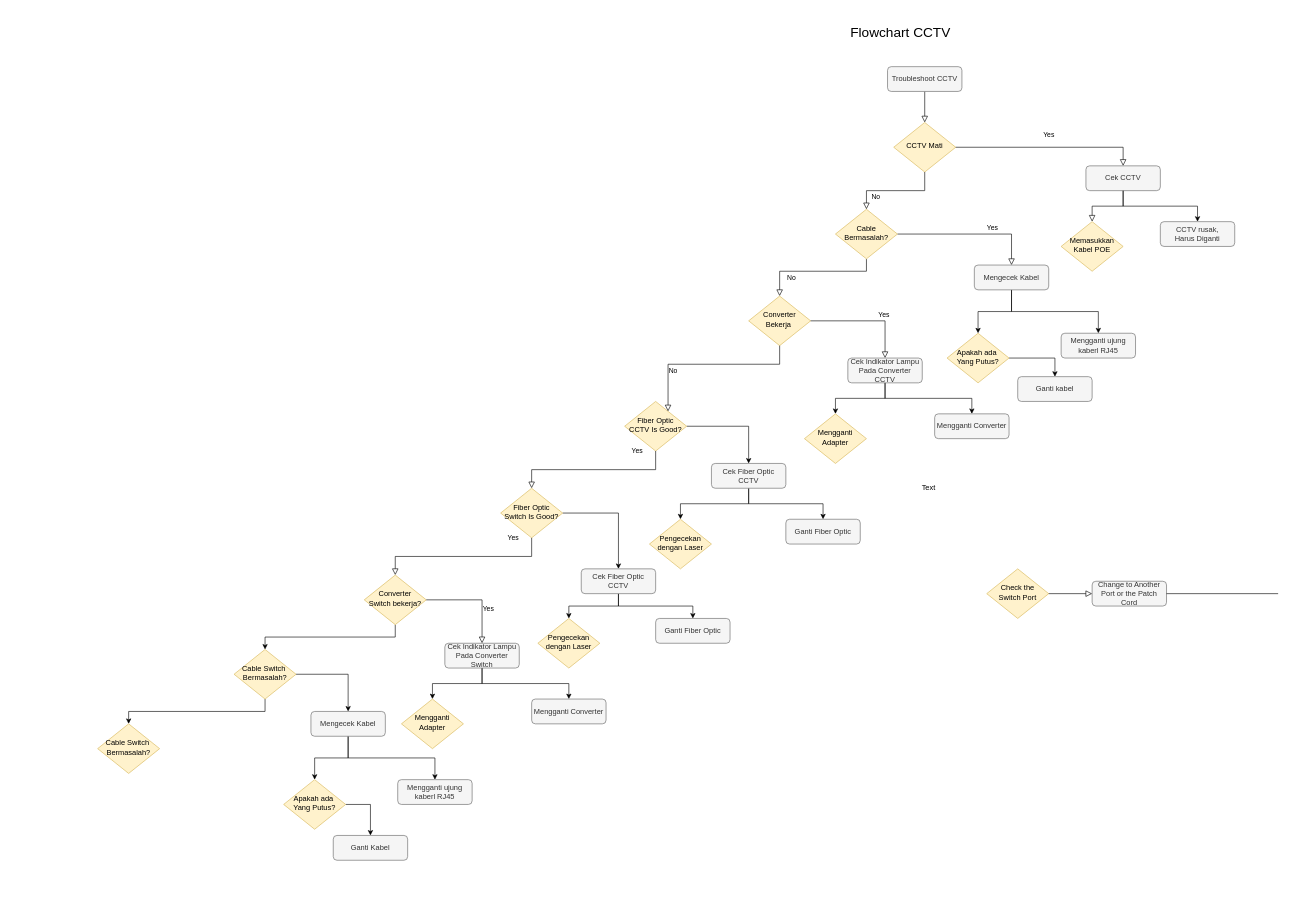
Earlier version of the draw.io diagram Untitled Diagram.drawio (ivietwill/ujian). Source tidied: cells renumbered, new cells numbered last; positions are measured from the earlier drawing's top-left corner, leaving out a move shared by most shapes. Both pictures are drawn from the tidied source at 62%, with x=0, y=0 at pixel (97, 11).
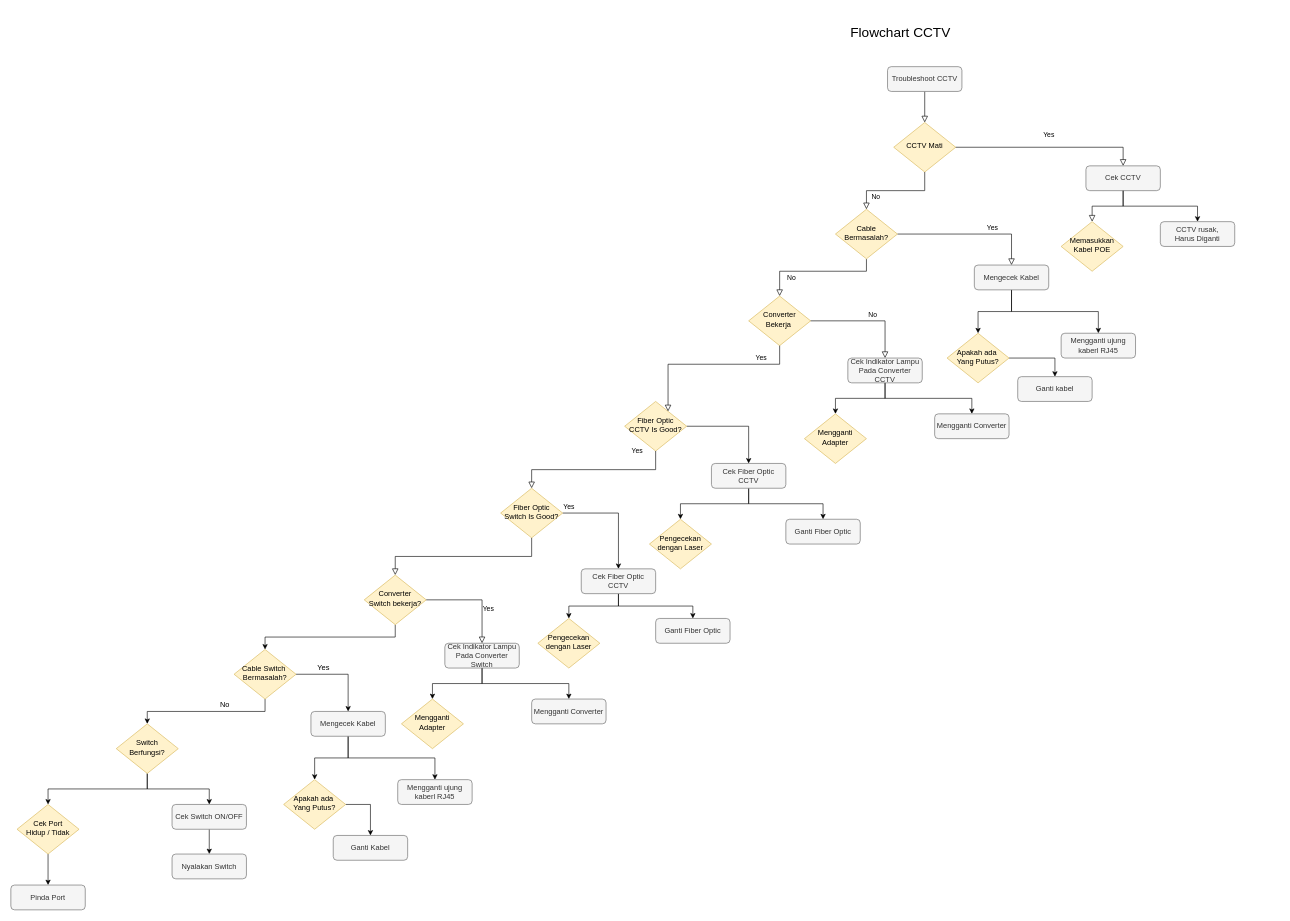
The same page after the edit.

Unchanged cells that the change refers to:
```xml
<mxCell id="13" value="Converter&lt;br&gt;Bekerja&amp;nbsp;" style="rhombus;whiteSpace=wrap;html=1;shadow=0;fontFamily=Helvetica;fontSize=12;align=center;strokeWidth=1;spacing=6;spacingTop=-4;fillColor=#fff2cc;strokeColor=#d6b656;" parent="1" vertex="1">
  <mxGeometry x="1050" y="460" width="100" height="80" as="geometry" />
</mxCell>
<mxCell id="15" value="Fiber Optic&lt;br&gt;CCTV Is Good?" style="rhombus;whiteSpace=wrap;html=1;shadow=0;fontFamily=Helvetica;fontSize=12;align=center;strokeWidth=1;spacing=6;spacingTop=-4;fillColor=#fff2cc;strokeColor=#d6b656;" parent="1" vertex="1">
  <mxGeometry x="850" y="630" width="100" height="80" as="geometry" />
</mxCell>
<mxCell id="18" value="Fiber Optic&lt;br&gt;Switch Is Good?" style="rhombus;whiteSpace=wrap;html=1;shadow=0;fontFamily=Helvetica;fontSize=12;align=center;strokeWidth=1;spacing=6;spacingTop=-4;fillColor=#fff2cc;strokeColor=#d6b656;" parent="1" vertex="1">
  <mxGeometry x="650" y="770" width="100" height="80" as="geometry" />
</mxCell>
<mxCell id="32" value="Cek Indikator Lampu Pada Converter CCTV" style="rounded=1;whiteSpace=wrap;html=1;fontSize=12;glass=0;strokeWidth=1;shadow=0;fillColor=#f5f5f5;strokeColor=#666666;fontColor=#333333;" parent="1" vertex="1">
  <mxGeometry x="1210" y="560" width="120" height="40" as="geometry" />
</mxCell>
<mxCell id="47" value="Converter Switch bekerja?" style="rhombus;whiteSpace=wrap;html=1;shadow=0;fontFamily=Helvetica;fontSize=12;align=center;strokeWidth=1;spacing=6;spacingTop=-4;fillColor=#fff2cc;strokeColor=#d6b656;" parent="1" vertex="1">
  <mxGeometry x="430" y="910" width="100" height="80" as="geometry" />
</mxCell>
```

What changed in the source:
```diff
@@
-    <mxCell id="19" value="Check the Switch Port" style="rhombus;whiteSpace=wrap;html=1;shadow=0;fontFamily=Helvetica;fontSize=12;align=center;strokeWidth=1;spacing=6;spacingTop=-4;fillColor=#fff2cc;strokeColor=#d6b656;" parent="1" vertex="1">
-      <mxGeometry x="1434" y="900" width="100" height="80" as="geometry" />
-    </mxCell>
-    <mxCell id="20" value="Change to Another Port or the Patch Cord" style="rounded=1;whiteSpace=wrap;html=1;fontSize=12;glass=0;strokeWidth=1;shadow=0;fillColor=#f5f5f5;strokeColor=#666666;fontColor=#333333;" parent="1" vertex="1">
-      <mxGeometry x="1604" y="920" width="120" height="40" as="geometry" />
-    </mxCell>
-    <mxCell id="21" style="endArrow=none;html=1;exitX=1;exitY=0.5;exitDx=0;exitDy=0;" parent="1" edge="1" source="20">
-      <mxGeometry relative="1" as="geometry">
-        <mxPoint x="1904" y="940" as="targetPoint" />
-      </mxGeometry>
-    </mxCell>
-    <mxCell id="22" style="rounded=0;html=1;jettySize=auto;fontSize=11;endArrow=block;endFill=0;endSize=8;strokeWidth=1;shadow=0;labelBackgroundColor=none;edgeStyle=orthogonalEdgeStyle;exitX=1;exitY=0.5;exitDx=0;exitDy=0;entryX=0;entryY=0.5;entryDx=0;entryDy=0;" parent="1" edge="1" source="19" target="20">
-      <mxGeometry relative="1" as="geometry" />
-    </mxCell>
@@
     <mxCell id="26" value="Yes" style="edgeStyle=orthogonalEdgeStyle;rounded=0;html=1;jettySize=auto;fontSize=11;endArrow=block;endFill=0;endSize=8;strokeWidth=1;shadow=0;labelBackgroundColor=none;exitX=1;exitY=0.5;exitDx=0;exitDy=0;entryX=0.5;entryY=0;entryDx=0;entryDy=0;" parent="1" edge="1" source="13" target="32">
-      <mxGeometry x="0.31" y="10" relative="1" as="geometry" />
+      <mxGeometry x="-1" y="-100" relative="1" as="geometry">
+        <mxPoint x="-80" y="-40" as="offset" />
+      </mxGeometry>
     </mxCell>
     <mxCell id="27" value="No" style="rounded=0;html=1;jettySize=auto;fontSize=11;endArrow=block;endFill=0;endSize=8;strokeWidth=1;shadow=0;labelBackgroundColor=none;edgeStyle=orthogonalEdgeStyle;exitX=0.5;exitY=1;exitDx=0;exitDy=0;" parent="1" edge="1" source="13" target="15">
-      <mxGeometry x="0.41" y="10" relative="1" as="geometry">
+      <mxGeometry x="-1" y="158" relative="1" as="geometry">
         <Array as="points">
           <mxPoint x="1100" y="570" />
           <mxPoint x="920" y="570" />
         </Array>
+        <mxPoint x="-8" y="-50" as="offset" />
       </mxGeometry>
     </mxCell>
@@
-    <mxCell id="39" value="Text" style="text;html=1;align=center;verticalAlign=middle;strokeColor=none;" parent="1" vertex="1">
-      <mxGeometry x="1320" y="760" width="40" height="20" as="geometry" />
+    <mxCell id="39" value="Yes" style="text;html=1;align=center;verticalAlign=middle;strokeColor=none;" parent="1" vertex="1">
+      <mxGeometry x="349" y="1050" width="30" height="20" as="geometry" />
     </mxCell>
@@
     <mxCell id="45" value="Yes" style="edgeStyle=orthogonalEdgeStyle;rounded=0;html=1;jettySize=auto;fontSize=11;endArrow=block;endFill=0;endSize=8;strokeWidth=1;shadow=0;labelBackgroundColor=none;entryX=0.5;entryY=0;entryDx=0;entryDy=0;exitX=0.5;exitY=1;exitDx=0;exitDy=0;" parent="1" edge="1" source="18" target="47">
-      <mxGeometry x="-1" y="-30" relative="1" as="geometry" />
+      <mxGeometry x="-1" y="78" relative="1" as="geometry">
+        <mxPoint x="-18" y="-50" as="offset" />
+      </mxGeometry>
     </mxCell>
@@
+    <mxCell id="71" style="edgeStyle=orthogonalEdgeStyle;rounded=0;jettySize=auto;html=1;exitX=0.5;exitY=1;exitDx=0;exitDy=0;entryX=0.5;entryY=0;entryDx=0;entryDy=0;" parent="1" edge="1" source="70" target="74">
+      <mxGeometry relative="1" as="geometry" />
+    </mxCell>
+    <mxCell id="72" style="edgeStyle=orthogonalEdgeStyle;rounded=0;jettySize=auto;html=1;exitX=0.5;exitY=1;exitDx=0;exitDy=0;entryX=0.5;entryY=0;entryDx=0;entryDy=0;" parent="1" edge="1" source="70" target="76">
+      <mxGeometry relative="1" as="geometry" />
+    </mxCell>
-    <mxCell id="70" value="Cable Switch&amp;nbsp;&lt;br&gt;Bermasalah?" style="rhombus;whiteSpace=wrap;html=1;shadow=0;fontFamily=Helvetica;fontSize=12;align=center;strokeWidth=1;spacing=6;spacingTop=-4;fillColor=#fff2cc;strokeColor=#d6b656;" parent="1" vertex="1">
-      <mxGeometry y="1150" width="100" height="80" as="geometry" />
+    <mxCell id="70" value="Switch Berfungsi?" style="rhombus;whiteSpace=wrap;html=1;shadow=0;fontFamily=Helvetica;fontSize=12;align=center;strokeWidth=1;spacing=6;spacingTop=-4;fillColor=#fff2cc;strokeColor=#d6b656;" parent="1" vertex="1">
+      <mxGeometry x="30" y="1150" width="100" height="80" as="geometry" />
     </mxCell>
+    <mxCell id="73" style="edgeStyle=orthogonalEdgeStyle;rounded=0;jettySize=auto;html=1;exitX=0.5;exitY=1;exitDx=0;exitDy=0;entryX=0.5;entryY=0;entryDx=0;entryDy=0;" parent="1" edge="1" source="74" target="77">
+      <mxGeometry relative="1" as="geometry" />
+    </mxCell>
+    <mxCell id="74" value="Cek Port&lt;br&gt;Hidup / Tidak" style="rhombus;whiteSpace=wrap;html=1;shadow=0;fontFamily=Helvetica;fontSize=12;align=center;strokeWidth=1;spacing=6;spacingTop=-4;fillColor=#fff2cc;strokeColor=#d6b656;" parent="1" vertex="1">
+      <mxGeometry x="-130" y="1280" width="100" height="80" as="geometry" />
+    </mxCell>
+    <mxCell id="75" style="edgeStyle=orthogonalEdgeStyle;rounded=0;jettySize=auto;html=1;exitX=0.5;exitY=1;exitDx=0;exitDy=0;entryX=0.5;entryY=0;entryDx=0;entryDy=0;" parent="1" edge="1" source="76" target="78">
+      <mxGeometry relative="1" as="geometry" />
+    </mxCell>
+    <mxCell id="76" value="Cek Switch ON/OFF" style="rounded=1;whiteSpace=wrap;html=1;fontSize=12;glass=0;strokeWidth=1;shadow=0;fillColor=#f5f5f5;strokeColor=#666666;fontColor=#333333;" parent="1" vertex="1">
+      <mxGeometry x="120" y="1280" width="120" height="40" as="geometry" />
+    </mxCell>
+    <mxCell id="77" value="Pinda Port" style="rounded=1;whiteSpace=wrap;html=1;fontSize=12;glass=0;strokeWidth=1;shadow=0;fillColor=#f5f5f5;strokeColor=#666666;fontColor=#333333;" parent="1" vertex="1">
+      <mxGeometry x="-140" y="1410" width="120" height="40" as="geometry" />
+    </mxCell>
+    <mxCell id="78" value="Nyalakan Switch" style="rounded=1;whiteSpace=wrap;html=1;fontSize=12;glass=0;strokeWidth=1;shadow=0;fillColor=#f5f5f5;strokeColor=#666666;fontColor=#333333;" parent="1" vertex="1">
+      <mxGeometry x="120" y="1360" width="120" height="40" as="geometry" />
+    </mxCell>
+    <mxCell id="79" value="No" style="text;html=1;align=center;verticalAlign=middle;strokeColor=none;" parent="1" vertex="1">
+      <mxGeometry x="190" y="1110" width="30" height="20" as="geometry" />
+    </mxCell>
```
